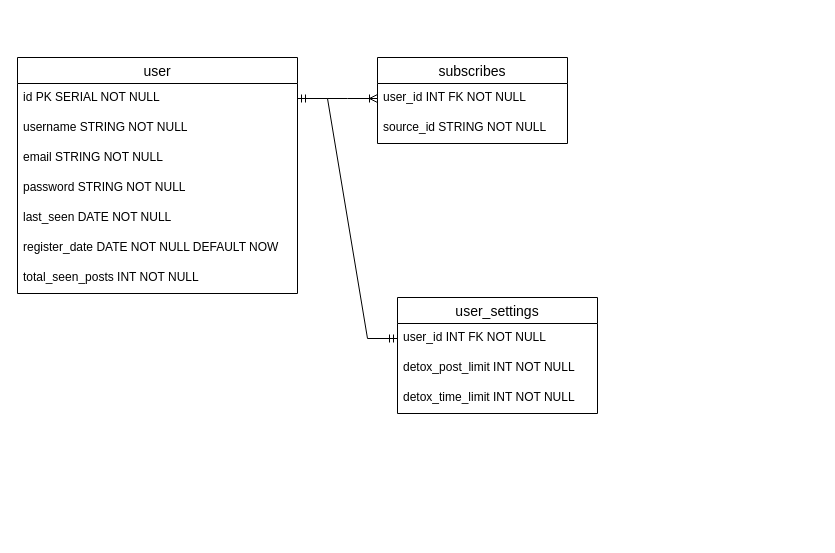
This is SmoothieFeed.drawio from Isas2g/SmoothieFeed, a draw.io file, before an edit. Source tidied: cells renumbered, new cells numbered last; positions are measured from the earlier drawing's top-left corner, leaving out a move shared by most shapes. Both pictures are drawn from the tidied source at 100%, with x=0, y=0 at pixel (17, 57).
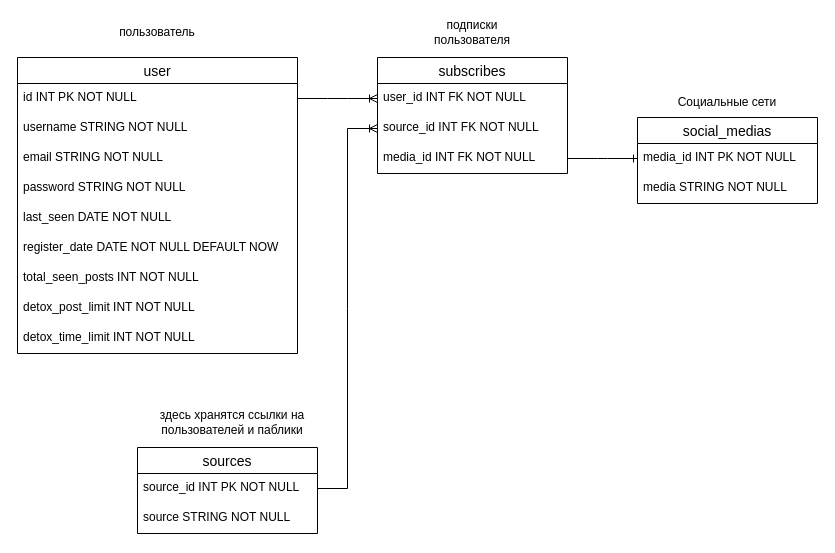
The same diagram, later.

The edit, as a diff of the source:
```diff
@@
     <mxCell id="2" value="user" style="swimlane;fontStyle=0;horizontal=1;startSize=26;align=center;fontSize=14;" parent="1" vertex="1">
-      <mxGeometry width="280" height="236" as="geometry" />
+      <mxGeometry width="280" height="296" as="geometry" />
     </mxCell>
-    <mxCell id="3" value="id PK SERIAL NOT NULL" style="text;strokeColor=none;fillColor=none;spacingLeft=4;spacingRight=4;overflow=hidden;points=[[0,0.5],[1,0.5]];portConstraint=eastwest;fontSize=12;" parent="2" vertex="1">
+    <mxCell id="3" value="id INT PK NOT NULL" style="text;strokeColor=none;fillColor=none;spacingLeft=4;spacingRight=4;overflow=hidden;points=[[0,0.5],[1,0.5]];portConstraint=eastwest;fontSize=12;" parent="2" vertex="1">
       <mxGeometry y="26" width="280" height="30" as="geometry" />
     </mxCell>
@@
+    <mxCell id="16" value="detox_post_limit INT NOT NULL" style="text;strokeColor=none;fillColor=none;spacingLeft=4;spacingRight=4;overflow=hidden;fontSize=12;" parent="2" vertex="1">
+      <mxGeometry y="236" width="280" height="30" as="geometry" />
+    </mxCell>
+    <mxCell id="17" value="detox_time_limit INT NOT NULL" style="text;strokeColor=none;fillColor=none;spacingLeft=4;spacingRight=4;overflow=hidden;fontSize=12;" parent="2" vertex="1">
+      <mxGeometry y="266" width="280" height="30" as="geometry" />
+    </mxCell>
     <mxCell id="10" value="subscribes" style="swimlane;fontStyle=0;horizontal=1;startSize=26;align=center;fontSize=14;" parent="1" vertex="1">
-      <mxGeometry x="360" width="190" height="86" as="geometry" />
+      <mxGeometry x="360" width="190" height="116" as="geometry" />
     </mxCell>
@@
-    <mxCell id="12" value="source_id STRING NOT NULL" style="text;strokeColor=none;fillColor=none;spacingLeft=4;spacingRight=4;overflow=hidden;points=[[0,0.5],[1,0.5]];portConstraint=eastwest;fontSize=12;" parent="10" vertex="1">
+    <mxCell id="12" value="source_id INT FK NOT NULL" style="text;strokeColor=none;fillColor=none;spacingLeft=4;spacingRight=4;overflow=hidden;points=[[0,0.5],[1,0.5]];portConstraint=eastwest;fontSize=12;" parent="10" vertex="1">
       <mxGeometry y="56" width="190" height="30" as="geometry" />
     </mxCell>
+    <mxCell id="19" value="media_id INT FK NOT NULL" style="text;strokeColor=none;fillColor=none;spacingLeft=4;spacingRight=4;overflow=hidden;points=[[0,0.5],[1,0.5]];portConstraint=eastwest;fontSize=12;" parent="10" vertex="1">
+      <mxGeometry y="86" width="190" height="30" as="geometry" />
+    </mxCell>
@@
-    <mxCell id="14" value="user_settings" style="swimlane;fontStyle=0;horizontal=1;startSize=26;align=center;fontSize=14;" parent="1" vertex="1">
-      <mxGeometry x="380" y="240" width="200" height="116" as="geometry" />
-    </mxCell>
-    <mxCell id="15" value="user_id INT FK NOT NULL" style="text;strokeColor=none;fillColor=none;spacingLeft=4;spacingRight=4;overflow=hidden;points=[[0,0.5],[1,0.5]];portConstraint=eastwest;fontSize=12;" parent="14" vertex="1">
-      <mxGeometry y="26" width="200" height="30" as="geometry" />
-    </mxCell>
-    <mxCell id="16" value="detox_post_limit INT NOT NULL" style="text;strokeColor=none;fillColor=none;spacingLeft=4;spacingRight=4;overflow=hidden;fontSize=12;" parent="14" vertex="1">
-      <mxGeometry y="56" width="200" height="30" as="geometry" />
-    </mxCell>
-    <mxCell id="17" value="detox_time_limit INT NOT NULL" style="text;strokeColor=none;fillColor=none;spacingLeft=4;spacingRight=4;overflow=hidden;fontSize=12;" parent="14" vertex="1">
-      <mxGeometry y="86" width="200" height="30" as="geometry" />
-    </mxCell>
-    <mxCell id="18" style="edgeStyle=entityRelationEdgeStyle;fontSize=12;html=1;endArrow=ERmandOne;startArrow=ERmandOne;rounded=0;entryX=0;entryY=0.5;entryDx=0;entryDy=0;exitX=1;exitY=0.5;exitDx=0;exitDy=0;" parent="1" edge="1" source="3" target="15">
-      <mxGeometry relative="1" as="geometry" />
-    </mxCell>
+    <mxCell id="20" value="social_medias" style="swimlane;fontStyle=0;horizontal=1;startSize=26;align=center;fontSize=14;" parent="1" vertex="1">
+      <mxGeometry x="620" y="60" width="180" height="86" as="geometry" />
+    </mxCell>
+    <mxCell id="21" value="media_id INT PK NOT NULL" style="text;strokeColor=none;fillColor=none;spacingLeft=4;spacingRight=4;overflow=hidden;points=[[0,0.5],[1,0.5]];portConstraint=eastwest;fontSize=12;" parent="20" vertex="1">
+      <mxGeometry y="26" width="180" height="30" as="geometry" />
+    </mxCell>
+    <mxCell id="22" value="media STRING NOT NULL" style="text;strokeColor=none;fillColor=none;spacingLeft=4;spacingRight=4;overflow=hidden;fontSize=12;" parent="20" vertex="1">
+      <mxGeometry y="56" width="180" height="30" as="geometry" />
+    </mxCell>
+    <mxCell id="23" style="edgeStyle=entityRelationEdgeStyle;fontSize=12;html=1;endArrow=ERone;endFill=1;rounded=0;exitX=1;exitY=0.5;exitDx=0;exitDy=0;entryX=0;entryY=0.5;entryDx=0;entryDy=0;" parent="1" edge="1" source="19" target="21">
+      <mxGeometry relative="1" as="geometry" />
+    </mxCell>
+    <mxCell id="24" value="sources" style="swimlane;fontStyle=0;horizontal=1;startSize=26;align=center;fontSize=14;" parent="1" vertex="1">
+      <mxGeometry x="120" y="390" width="180" height="86" as="geometry" />
+    </mxCell>
+    <mxCell id="25" value="source_id INT PK NOT NULL" style="text;strokeColor=none;fillColor=none;spacingLeft=4;spacingRight=4;overflow=hidden;points=[[0,0.5],[1,0.5]];portConstraint=eastwest;fontSize=12;" parent="24" vertex="1">
+      <mxGeometry y="26" width="180" height="30" as="geometry" />
+    </mxCell>
+    <mxCell id="26" value="source STRING NOT NULL" style="text;strokeColor=none;fillColor=none;spacingLeft=4;spacingRight=4;overflow=hidden;fontSize=12;" parent="24" vertex="1">
+      <mxGeometry y="56" width="180" height="30" as="geometry" />
+    </mxCell>
+    <mxCell id="27" style="edgeStyle=entityRelationEdgeStyle;fontSize=12;html=1;endArrow=ERoneToMany;rounded=0;entryX=0;entryY=0.5;entryDx=0;entryDy=0;" parent="1" edge="1" source="25" target="12">
+      <mxGeometry relative="1" as="geometry" />
+    </mxCell>
+    <mxCell id="28" value="Социальные сети" style="text;html=1;strokeColor=none;fillColor=none;align=center;verticalAlign=middle;whiteSpace=wrap;rounded=0;" parent="1" vertex="1">
+      <mxGeometry x="645" y="20" width="130" height="50" as="geometry" />
+    </mxCell>
+    <mxCell id="29" value="здесь хранятся ссылки на пользователей и паблики" style="text;html=1;strokeColor=none;fillColor=none;align=center;verticalAlign=middle;whiteSpace=wrap;rounded=0;" parent="1" vertex="1">
+      <mxGeometry x="130" y="340" width="170" height="50" as="geometry" />
+    </mxCell>
+    <mxCell id="30" value="подписки пользователя" style="text;html=1;strokeColor=none;fillColor=none;align=center;verticalAlign=middle;whiteSpace=wrap;rounded=0;" parent="1" vertex="1">
+      <mxGeometry x="405" y="-40" width="100" height="30" as="geometry" />
+    </mxCell>
+    <mxCell id="31" value="пользователь" style="text;html=1;strokeColor=none;fillColor=none;align=center;verticalAlign=middle;whiteSpace=wrap;rounded=0;" parent="1" vertex="1">
+      <mxGeometry x="95" y="-40" width="90" height="30" as="geometry" />
+    </mxCell>
```
